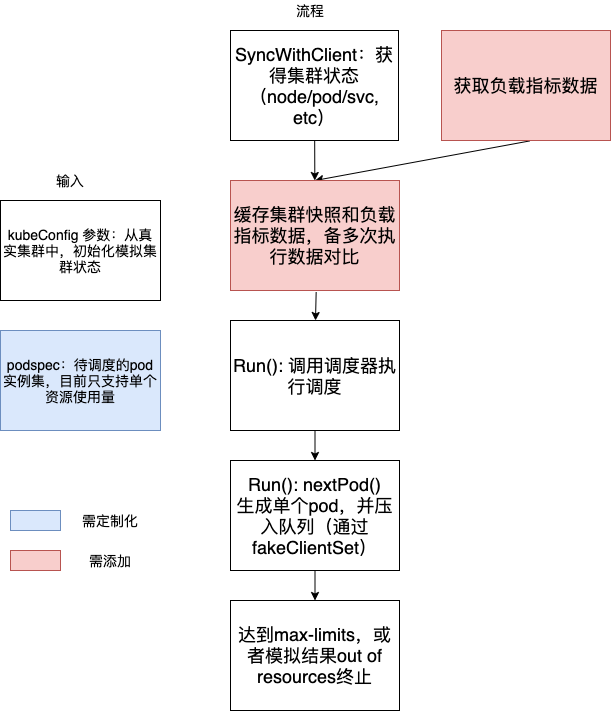
Before: doc/target-cluster-capacity.png, a diagram exported from draw.io (edwardstudy/cluster-capacity). Source tidied: cells renumbered, new cells last; positions are measured from the earlier drawing's top-left corner, leaving out a move shared by most shapes.
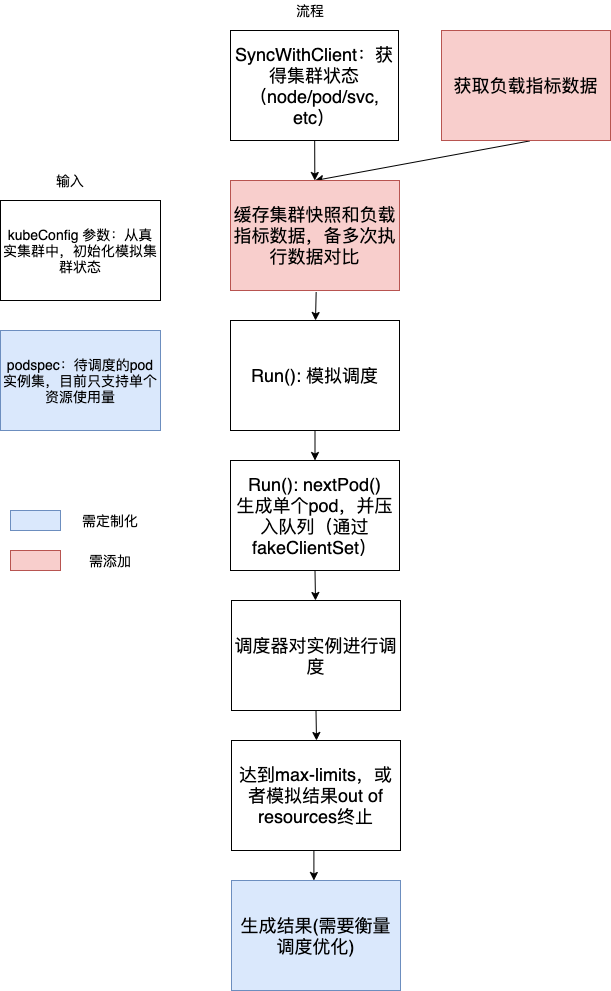
After the commit.

Change to the diagram source:
```diff
@@ -20,17 +20,19 @@
     <mxCell id="7" value="&lt;font style=&quot;font-size: 14px&quot;&gt;流程&lt;/font&gt;" style="text;html=1;strokeColor=none;fillColor=none;align=center;verticalAlign=middle;whiteSpace=wrap;rounded=0;" parent="1" vertex="1">
       <mxGeometry x="290" width="40" height="20" as="geometry" />
     </mxCell>
-    <mxCell id="8" value="&lt;font style=&quot;font-size: 18px&quot;&gt;Run(): 调用调度器执行调度&lt;/font&gt;" style="rounded=0;whiteSpace=wrap;html=1;" parent="1" vertex="1">
+    <mxCell id="8" value="&lt;font style=&quot;font-size: 18px&quot;&gt;Run(): 模拟调度&lt;/font&gt;" style="rounded=0;whiteSpace=wrap;html=1;" parent="1" vertex="1">
       <mxGeometry x="230" y="320" width="169" height="110" as="geometry" />
     </mxCell>
     <mxCell id="9" style="endArrow=classic;html=1;exitX=0.5;exitY=1;exitDx=0;exitDy=0;entryX=0.5;entryY=0;entryDx=0;entryDy=0;" parent="1" edge="1" source="8" target="5">
       <mxGeometry relative="1" as="geometry" />
     </mxCell>
     <mxCell id="10" value="&lt;span style=&quot;font-size: 18px&quot;&gt;达到&lt;/span&gt;&lt;span style=&quot;font-size: 18px&quot;&gt;max-limits，或者模拟结果out of resources终止&lt;/span&gt;" style="rounded=0;whiteSpace=wrap;html=1;" parent="1" vertex="1">
-      <mxGeometry x="230" y="600" width="169" height="110" as="geometry" />
+      <mxGeometry x="231" y="740" width="169" height="110" as="geometry" />
     </mxCell>
-    <mxCell id="11" style="endArrow=classic;html=1;exitX=0.5;exitY=1;exitDx=0;exitDy=0;entryX=0.5;entryY=0;entryDx=0;entryDy=0;" parent="1" edge="1" source="5" target="10">
-      <mxGeometry relative="1" as="geometry" />
+    <mxCell id="11" style="endArrow=classic;html=1;exitX=0.5;exitY=1;exitDx=0;exitDy=0;" parent="1" edge="1" source="23">
+      <mxGeometry relative="1" as="geometry">
+        <mxPoint x="316" y="740" as="targetPoint" />
+      </mxGeometry>
     </mxCell>
     <mxCell id="12" style="rounded=0;whiteSpace=wrap;html=1;fillColor=#dae8fc;strokeColor=#6c8ebf;" parent="1" vertex="1">
       <mxGeometry x="10" y="510" width="50" height="20" as="geometry" />
@@ -62,5 +64,22 @@
     <mxCell id="20" value="&lt;span style=&quot;font-size: 18px&quot;&gt;获取负载指标数据&lt;/span&gt;" style="rounded=0;whiteSpace=wrap;html=1;fillColor=#f8cecc;strokeColor=#b85450;" parent="1" vertex="1">
       <mxGeometry x="441" y="30" width="169" height="110" as="geometry" />
     </mxCell>
+    <mxCell id="21" value="&lt;span style=&quot;font-size: 18px&quot;&gt;生成结果(需要衡量调度优化)&lt;/span&gt;" style="rounded=0;whiteSpace=wrap;html=1;fillColor=#dae8fc;strokeColor=#6c8ebf;" parent="1" vertex="1">
+      <mxGeometry x="231" y="880" width="169" height="110" as="geometry" />
+    </mxCell>
+    <mxCell id="22" style="endArrow=classic;html=1;exitX=0.5;exitY=1;exitDx=0;exitDy=0;entryX=0.5;entryY=0;entryDx=0;entryDy=0;" parent="1" edge="1">
+      <mxGeometry relative="1" as="geometry">
+        <mxPoint x="313.4" y="850" as="sourcePoint" />
+        <mxPoint x="313.4" y="880" as="targetPoint" />
+      </mxGeometry>
+    </mxCell>
+    <mxCell id="23" value="&lt;span style=&quot;font-size: 18px&quot;&gt;调度器对实例进行调度&lt;/span&gt;" style="rounded=0;whiteSpace=wrap;html=1;" parent="1" vertex="1">
+      <mxGeometry x="231" y="600" width="169" height="110" as="geometry" />
+    </mxCell>
+    <mxCell id="24" style="endArrow=classic;html=1;exitX=0.5;exitY=1;exitDx=0;exitDy=0;" parent="1" edge="1" source="5">
+      <mxGeometry relative="1" as="geometry">
+        <mxPoint x="315" y="600" as="targetPoint" />
+      </mxGeometry>
+    </mxCell>
   </root>
 </mxGraphModel>
```
